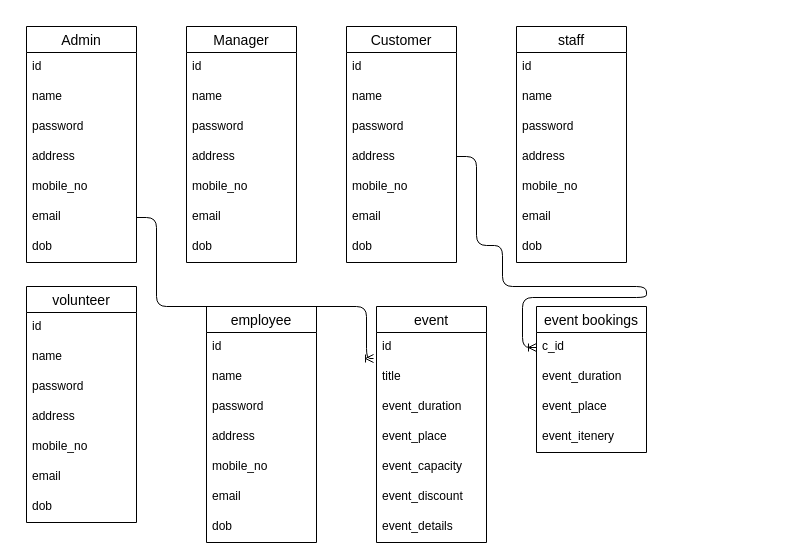
ssaymanasrin10/projects keeps this draw.io diagram as Untitled Diagram.drawio. Above is the earlier version. Source tidied: cells renumbered, new cells numbered last; positions are measured from the earlier drawing's top-left corner, leaving out a move shared by most shapes. Both pictures are drawn from the tidied source at 100%, with x=0, y=0 at pixel (26, 26).
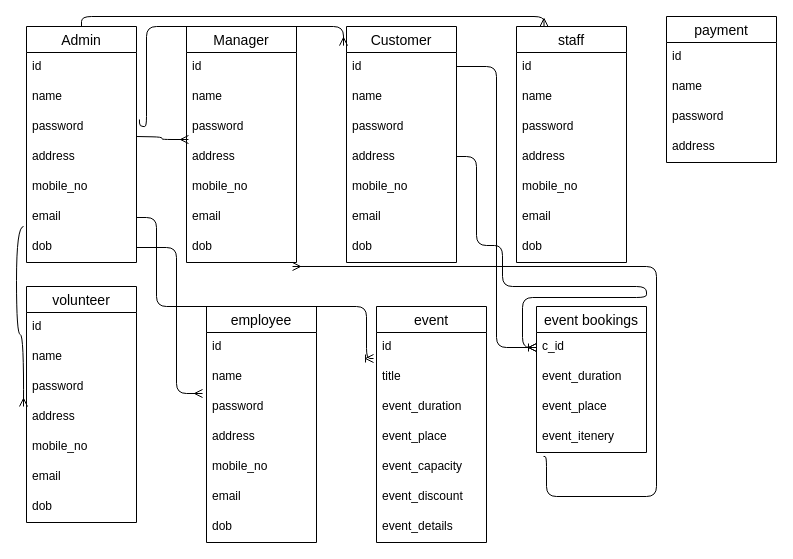
The same page after the edit.

The change refers to these unchanged cells:
```xml
<mxCell id="2" value="Admin" style="swimlane;fontStyle=0;horizontal=1;startSize=26;align=center;fontSize=14;" parent="1" vertex="1">
  <mxGeometry width="110" height="236" as="geometry" />
</mxCell>
<mxCell id="5" value="password" style="text;strokeColor=none;fillColor=none;spacingLeft=4;spacingRight=4;overflow=hidden;points=[[0,0.5],[1,0.5]];portConstraint=eastwest;fontSize=12;" parent="2" vertex="1">
  <mxGeometry y="86" width="110" height="30" as="geometry" />
</mxCell>
<mxCell id="9" value="dob" style="text;strokeColor=none;fillColor=none;spacingLeft=4;spacingRight=4;overflow=hidden;points=[[0,0.5],[1,0.5]];portConstraint=eastwest;fontSize=12;" parent="2" vertex="1">
  <mxGeometry y="206" width="110" height="30" as="geometry" />
</mxCell>
<mxCell id="10" value="Manager" style="swimlane;fontStyle=0;horizontal=1;startSize=26;align=center;fontSize=14;" parent="1" vertex="1">
  <mxGeometry x="160" width="110" height="236" as="geometry" />
</mxCell>
<mxCell id="13" value="password" style="text;strokeColor=none;fillColor=none;spacingLeft=4;spacingRight=4;overflow=hidden;points=[[0,0.5],[1,0.5]];portConstraint=eastwest;fontSize=12;" parent="10" vertex="1">
  <mxGeometry y="86" width="110" height="30" as="geometry" />
</mxCell>
<mxCell id="17" value="dob" style="text;strokeColor=none;fillColor=none;spacingLeft=4;spacingRight=4;overflow=hidden;points=[[0,0.5],[1,0.5]];portConstraint=eastwest;fontSize=12;" parent="10" vertex="1">
  <mxGeometry y="206" width="110" height="30" as="geometry" />
</mxCell>
<mxCell id="18" value="Customer" style="swimlane;fontStyle=0;horizontal=1;startSize=26;align=center;fontSize=14;" parent="1" vertex="1">
  <mxGeometry x="320" width="110" height="236" as="geometry" />
</mxCell>
<mxCell id="26" value="staff" style="swimlane;fontStyle=0;horizontal=1;startSize=26;align=center;fontSize=14;" parent="1" vertex="1">
  <mxGeometry x="490" width="110" height="236" as="geometry" />
</mxCell>
<mxCell id="45" value="password" style="text;strokeColor=none;fillColor=none;spacingLeft=4;spacingRight=4;overflow=hidden;points=[[0,0.5],[1,0.5]];portConstraint=eastwest;fontSize=12;" parent="42" vertex="1">
  <mxGeometry y="86" width="110" height="30" as="geometry" />
</mxCell>
<mxCell id="59" value="c_id" style="text;strokeColor=none;fillColor=none;spacingLeft=4;spacingRight=4;overflow=hidden;points=[[0,0.5],[1,0.5]];portConstraint=eastwest;fontSize=12;" parent="58" vertex="1">
  <mxGeometry y="26" width="110" height="30" as="geometry" />
</mxCell>
<mxCell id="62" value="event_itenery" style="text;strokeColor=none;fillColor=none;spacingLeft=4;spacingRight=4;overflow=hidden;points=[[0,0.5],[1,0.5]];portConstraint=eastwest;fontSize=12;" parent="58" vertex="1">
  <mxGeometry y="116" width="110" height="30" as="geometry" />
</mxCell>
```

Change to the diagram source:
```diff
@@
+    <mxCell id="65" style="edgeStyle=orthogonalEdgeStyle;fontSize=12;html=1;endArrow=ERmany;entryX=0.018;entryY=0.9;entryDx=0;entryDy=0;entryPerimeter=0;" parent="10" edge="1" target="13">
+      <mxGeometry relative="1" as="geometry">
+        <mxPoint x="-50" y="110" as="sourcePoint" />
+      </mxGeometry>
+    </mxCell>
@@
+    <mxCell id="66" style="edgeStyle=orthogonalEdgeStyle;fontSize=12;html=1;endArrow=ERmany;exitX=1.027;exitY=0.233;exitDx=0;exitDy=0;exitPerimeter=0;entryX=-0.027;entryY=0.081;entryDx=0;entryDy=0;entryPerimeter=0;" parent="1" edge="1" source="5" target="18">
+      <mxGeometry relative="1" as="geometry">
+        <Array as="points">
+          <mxPoint x="113" y="100" />
+          <mxPoint x="120" y="100" />
+          <mxPoint x="120" />
+          <mxPoint x="317" />
+        </Array>
+      </mxGeometry>
+    </mxCell>
+    <mxCell id="67" style="edgeStyle=orthogonalEdgeStyle;fontSize=12;html=1;endArrow=ERmany;exitX=0.5;exitY=0;exitDx=0;exitDy=0;entryX=0.25;entryY=0;entryDx=0;entryDy=0;" parent="1" edge="1" source="2" target="26">
+      <mxGeometry relative="1" as="geometry" />
+    </mxCell>
+    <mxCell id="68" style="edgeStyle=orthogonalEdgeStyle;fontSize=12;html=1;endArrow=ERmany;entryX=-0.036;entryY=0.033;entryDx=0;entryDy=0;entryPerimeter=0;exitX=1;exitY=0.5;exitDx=0;exitDy=0;" parent="1" edge="1" source="9" target="45">
+      <mxGeometry relative="1" as="geometry">
+        <Array as="points">
+          <mxPoint x="150" y="221" />
+          <mxPoint x="150" y="367" />
+        </Array>
+      </mxGeometry>
+    </mxCell>
+    <mxCell id="69" style="edgeStyle=orthogonalEdgeStyle;fontSize=12;html=1;endArrow=ERmany;exitX=-0.027;exitY=-0.2;exitDx=0;exitDy=0;exitPerimeter=0;elbow=vertical;curved=1;" parent="1" edge="1" source="9">
+      <mxGeometry relative="1" as="geometry">
+        <mxPoint x="-3" y="380" as="targetPoint" />
+      </mxGeometry>
+    </mxCell>
+    <mxCell id="70" style="edgeStyle=orthogonalEdgeStyle;fontSize=12;html=1;endArrow=ERmany;entryX=0.964;entryY=1.133;entryDx=0;entryDy=0;entryPerimeter=0;exitX=0.064;exitY=1.133;exitDx=0;exitDy=0;exitPerimeter=0;" parent="1" edge="1" source="62" target="17">
+      <mxGeometry relative="1" as="geometry">
+        <Array as="points">
+          <mxPoint x="520" y="430" />
+          <mxPoint x="520" y="470" />
+          <mxPoint x="630" y="470" />
+          <mxPoint x="630" y="240" />
+        </Array>
+      </mxGeometry>
+    </mxCell>
+    <mxCell id="71" style="edgeStyle=orthogonalEdgeStyle;fontSize=12;html=1;endArrow=ERmany;" parent="1" edge="1" target="59">
+      <mxGeometry relative="1" as="geometry">
+        <mxPoint x="430" y="40" as="sourcePoint" />
+        <Array as="points">
+          <mxPoint x="470" y="40" />
+          <mxPoint x="470" y="321" />
+        </Array>
+      </mxGeometry>
+    </mxCell>
+    <mxCell id="72" value="payment" style="swimlane;fontStyle=0;horizontal=1;startSize=26;align=center;fontSize=14;" parent="1" vertex="1">
+      <mxGeometry x="640" y="-10" width="110" height="146" as="geometry" />
+    </mxCell>
+    <mxCell id="73" value="id" style="text;strokeColor=none;fillColor=none;spacingLeft=4;spacingRight=4;overflow=hidden;fontSize=12;" parent="72" vertex="1">
+      <mxGeometry y="26" width="110" height="30" as="geometry" />
+    </mxCell>
+    <mxCell id="74" value="name" style="text;strokeColor=none;fillColor=none;spacingLeft=4;spacingRight=4;overflow=hidden;fontSize=12;" parent="72" vertex="1">
+      <mxGeometry y="56" width="110" height="30" as="geometry" />
+    </mxCell>
+    <mxCell id="75" value="password" style="text;strokeColor=none;fillColor=none;spacingLeft=4;spacingRight=4;overflow=hidden;fontSize=12;" parent="72" vertex="1">
+      <mxGeometry y="86" width="110" height="30" as="geometry" />
+    </mxCell>
+    <mxCell id="76" value="address" style="text;strokeColor=none;fillColor=none;spacingLeft=4;spacingRight=4;overflow=hidden;fontSize=12;" parent="72" vertex="1">
+      <mxGeometry y="116" width="110" height="30" as="geometry" />
+    </mxCell>
```
